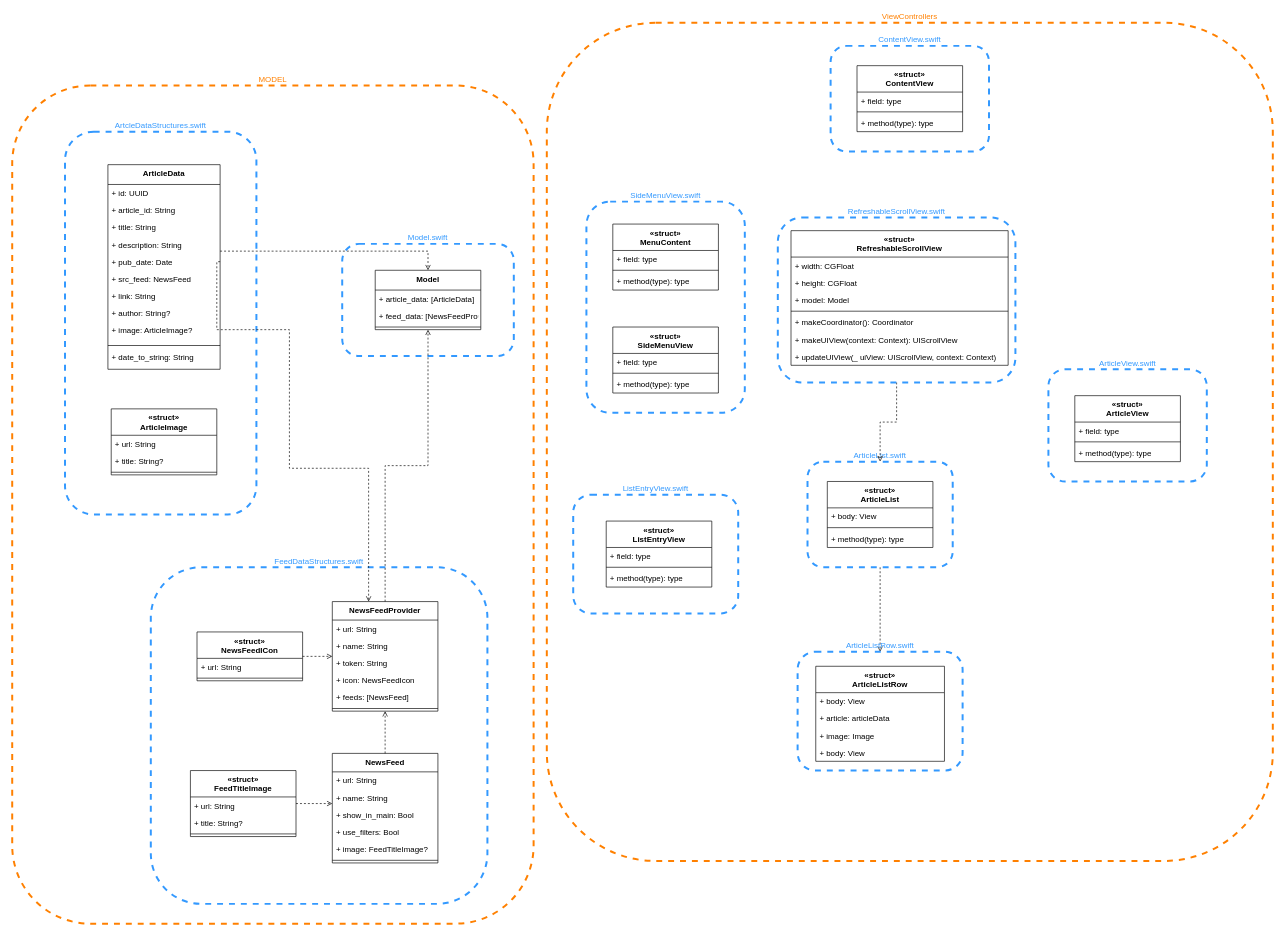
Above: documentation/uml.drawio in johannesgrothe/Feedolin_RSS_Reader (draw.io), before the change. Source tidied: cells renumbered, new cells numbered last; positions are measured from the earlier drawing's top-left corner, leaving out a move shared by most shapes. Both pictures are drawn from the tidied source at 66%, with x=0, y=0 at pixel (12, 22).
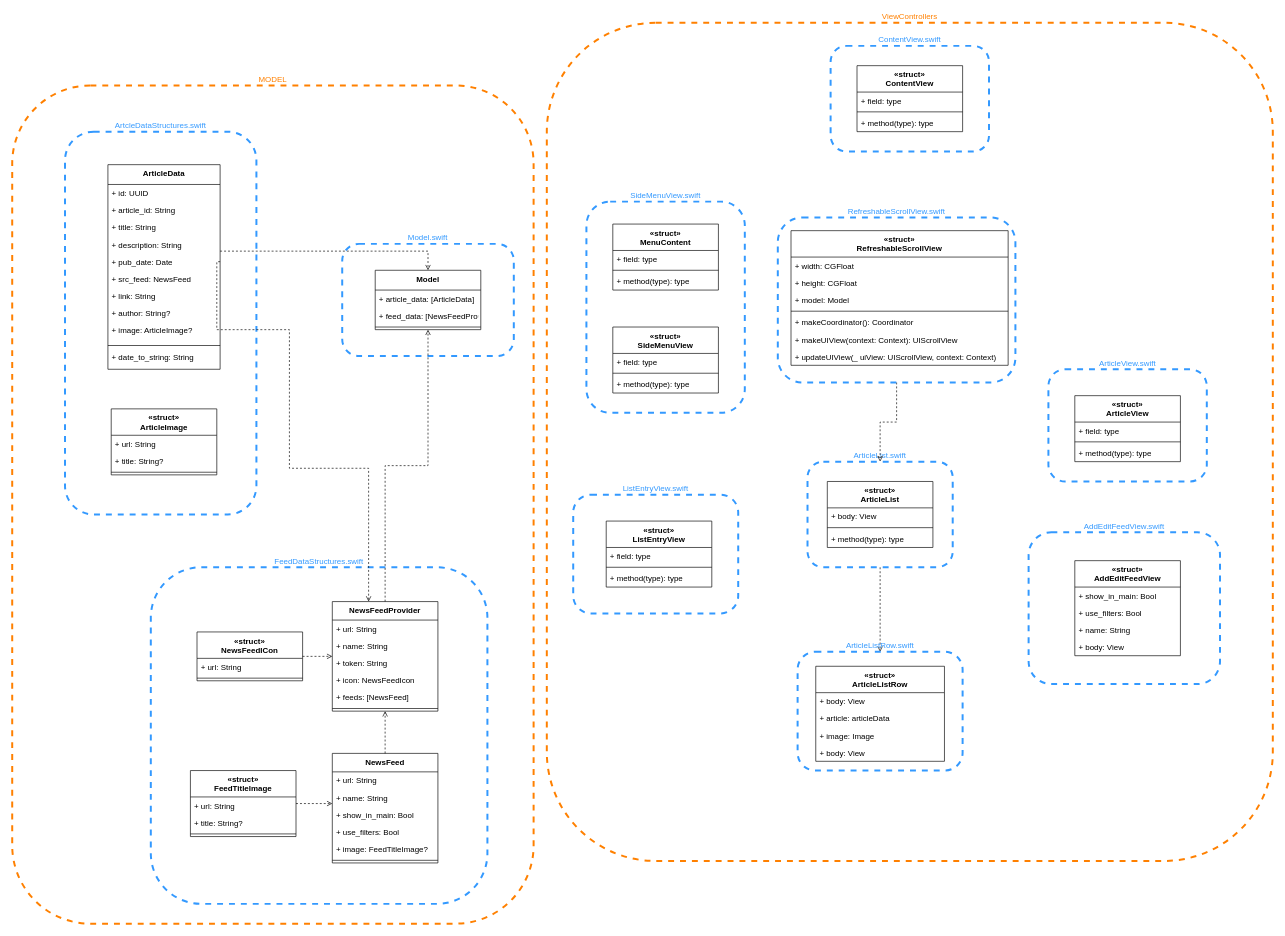
The same page after the edit.

Commit message (it also covers changes not shown here):
#36 Added a new file AddEditFeedView.swift, changed attribute feed to feed_article and made it an @ObservedObject in FeedSettingsView.swift, updated uml

What changed in the source:
```diff
@@
+    <mxCell id="101" value="«struct»&#10;AddEditFeedView" style="swimlane;fontStyle=1;align=center;verticalAlign=top;horizontal=1;startSize=40;strokeColor=#000000;strokeWidth=1;fillColor=none;fontColor=#000000;" parent="1" vertex="1">
+      <mxGeometry x="1610" y="815" width="160" height="144" as="geometry" />
+    </mxCell>
+    <mxCell id="102" value="+ show_in_main: Bool" style="text;strokeColor=none;fillColor=none;align=left;verticalAlign=top;spacingLeft=4;spacingRight=4;overflow=hidden;" parent="101" vertex="1">
+      <mxGeometry y="40" width="160" height="26" as="geometry" />
+    </mxCell>
+    <mxCell id="103" value="+ use_filters: Bool" style="text;strokeColor=none;fillColor=none;align=left;verticalAlign=top;spacingLeft=4;spacingRight=4;overflow=hidden;" parent="101" vertex="1">
+      <mxGeometry y="66" width="160" height="26" as="geometry" />
+    </mxCell>
+    <mxCell id="104" value="+ name: String" style="text;strokeColor=none;fillColor=none;align=left;verticalAlign=top;spacingLeft=4;spacingRight=4;overflow=hidden;" parent="101" vertex="1">
+      <mxGeometry y="92" width="160" height="26" as="geometry" />
+    </mxCell>
+    <mxCell id="105" value="+ body: View" style="text;strokeColor=none;fillColor=none;align=left;verticalAlign=top;spacingLeft=4;spacingRight=4;overflow=hidden;" parent="101" vertex="1">
+      <mxGeometry y="118" width="160" height="26" as="geometry" />
+    </mxCell>
+    <mxCell id="106" value="AddEditFeedView.swift&lt;br&gt;" style="rounded=1;whiteSpace=wrap;html=1;fillColor=none;dashed=1;strokeWidth=3;labelPosition=center;verticalLabelPosition=top;align=center;verticalAlign=bottom;strokeColor=#3399FF;fontColor=#3399FF;" parent="1" vertex="1">
+      <mxGeometry x="1540" y="772" width="290" height="230" as="geometry" />
+    </mxCell>
```
